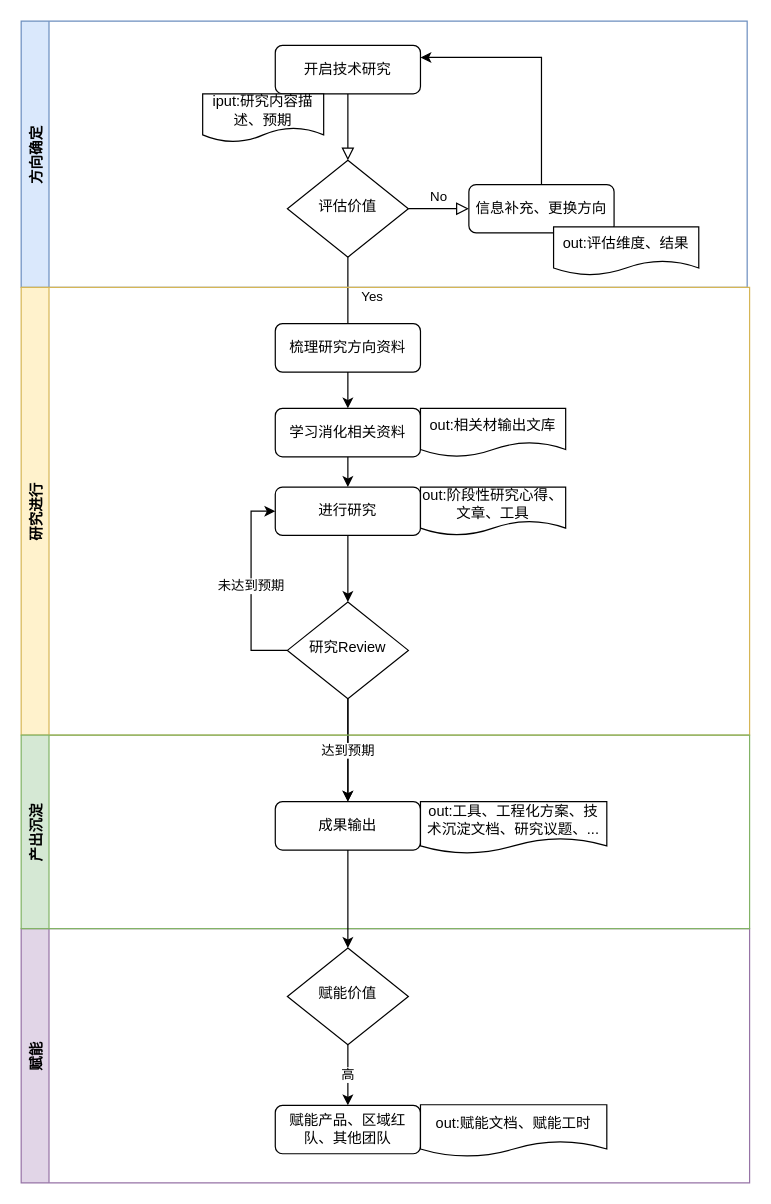
Before: 漏洞挖掘.drawio in fate93930/acefile, a draw.io diagram. Source tidied: cells renumbered, new cells numbered last; positions are measured from the earlier drawing's top-left corner, leaving out a move shared by most shapes. Both pictures are drawn from the tidied source at 121%, with x=0, y=0 at pixel (21, 21).
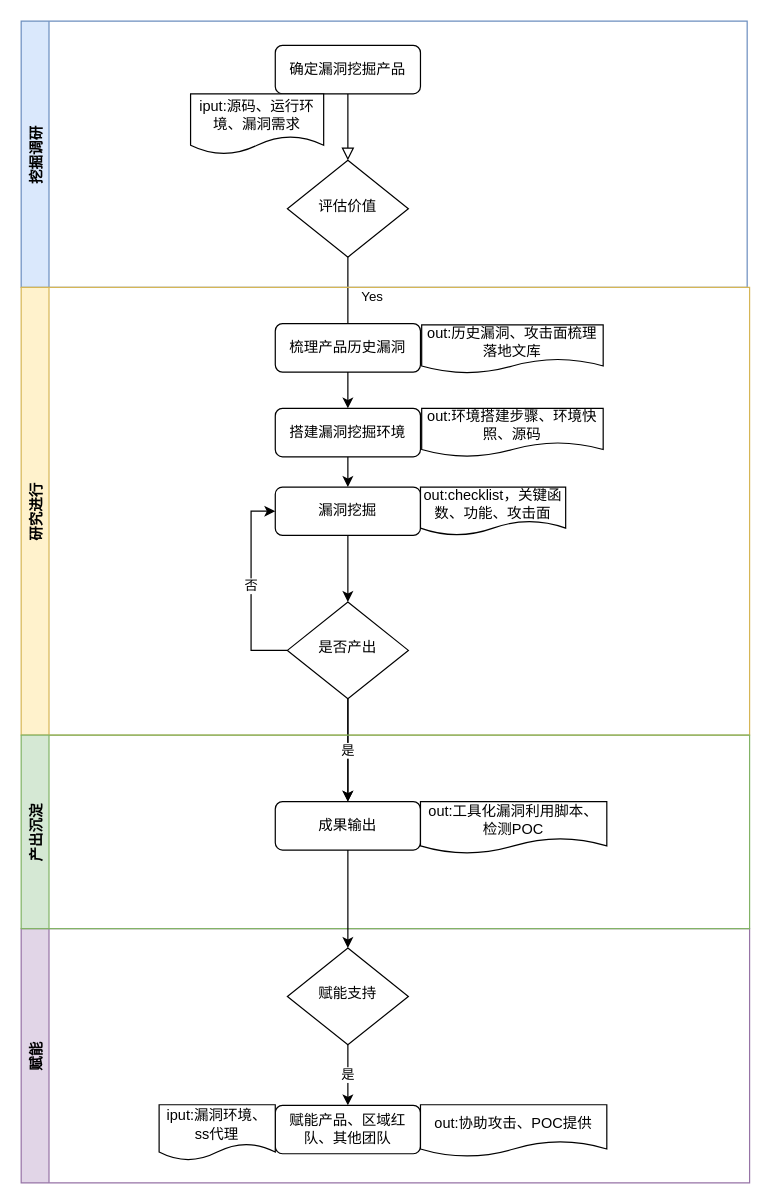
Above is the later version.

Commit message:
更新漏洞挖掘.drawio

The change refers to these unchanged cells:
```xml
<mxCell id="5" value="评估价值" style="rhombus;whiteSpace=wrap;html=1;shadow=0;fontFamily=Helvetica;fontSize=12;align=center;strokeWidth=1;spacing=6;spacingTop=-4;verticalAlign=middle;" parent="1" vertex="1">
  <mxGeometry x="220" y="115" width="100" height="80" as="geometry" />
</mxCell>
<mxCell id="12" value="研究进行" style="swimlane;horizontal=0;fillColor=#fff2cc;strokeColor=#d6b656;verticalAlign=middle;align=center;" parent="1" vertex="1">
  <mxGeometry y="220" width="602" height="370" as="geometry" />
</mxCell>
<mxCell id="23" value="赋能" style="swimlane;horizontal=0;align=center;verticalAlign=middle;fillColor=#e1d5e7;strokeColor=#9673a6;" parent="1" vertex="1">
  <mxGeometry y="750" width="602" height="210" as="geometry" />
</mxCell>
<mxCell id="26" value="赋能产品、区域红队、其他团队" style="rounded=1;whiteSpace=wrap;html=1;fontSize=12;glass=0;strokeWidth=1;shadow=0;verticalAlign=middle;align=center;" parent="23" vertex="1">
  <mxGeometry x="210" y="146" width="120" height="40" as="geometry" />
</mxCell>
<mxCell id="30" value="产出沉淀" style="swimlane;horizontal=0;align=center;verticalAlign=middle;fillColor=#d5e8d4;strokeColor=#82b366;" parent="1" vertex="1">
  <mxGeometry y="590" width="602" height="160" as="geometry" />
</mxCell>
<mxCell id="31" value="成果输出" style="rounded=1;whiteSpace=wrap;html=1;fontSize=12;glass=0;strokeWidth=1;shadow=0;verticalAlign=middle;align=center;" parent="30" vertex="1">
  <mxGeometry x="210" y="55" width="120" height="40" as="geometry" />
</mxCell>
```

What changed in the source:
```diff
@@
-    <mxCell id="4" value="No" style="edgeStyle=orthogonalEdgeStyle;rounded=0;html=1;jettySize=auto;fontSize=11;endArrow=block;endFill=0;endSize=8;strokeWidth=1;shadow=0;labelBackgroundColor=none;verticalAlign=middle;align=center;" parent="1" edge="1" source="5" target="7">
-      <mxGeometry y="10" relative="1" as="geometry" />
-    </mxCell>
@@
-    <mxCell id="6" style="edgeStyle=orthogonalEdgeStyle;rounded=0;jettySize=auto;html=1;entryX=1;entryY=0.25;entryDx=0;entryDy=0;verticalAlign=middle;align=center;" parent="1" edge="1" source="7" target="9">
-      <mxGeometry relative="1" as="geometry">
-        <Array as="points">
-          <mxPoint x="430" y="30" />
-        </Array>
-      </mxGeometry>
-    </mxCell>
-    <mxCell id="7" value="信息补充、更换方向" style="rounded=1;whiteSpace=wrap;html=1;fontSize=12;glass=0;strokeWidth=1;shadow=0;verticalAlign=middle;align=center;" parent="1" vertex="1">
-      <mxGeometry x="370" y="135" width="120" height="40" as="geometry" />
-    </mxCell>
-    <mxCell id="8" value="方向确定" style="swimlane;horizontal=0;fillColor=#dae8fc;strokeColor=#6c8ebf;verticalAlign=middle;align=center;" parent="1" vertex="1">
+    <mxCell id="8" value="挖掘调研" style="swimlane;horizontal=0;fillColor=#dae8fc;strokeColor=#6c8ebf;verticalAlign=middle;align=center;" parent="1" vertex="1">
       <mxGeometry width="600" height="220" as="geometry" />
     </mxCell>
-    <mxCell id="9" value="开启技术研究" style="rounded=1;whiteSpace=wrap;html=1;fontSize=12;glass=0;strokeWidth=1;shadow=0;verticalAlign=middle;align=center;" parent="8" vertex="1">
+    <mxCell id="9" value="确定漏洞挖掘产品" style="rounded=1;whiteSpace=wrap;html=1;fontSize=12;glass=0;strokeWidth=1;shadow=0;verticalAlign=middle;align=center;" parent="8" vertex="1">
       <mxGeometry x="210" y="20" width="120" height="40" as="geometry" />
     </mxCell>
-    <mxCell id="10" value="iput:研究内容描述、预期" style="shape=document;whiteSpace=wrap;html=1;boundedLbl=1;verticalAlign=middle;align=center;" parent="8" vertex="1">
-      <mxGeometry x="150" y="60" width="100" height="40" as="geometry" />
+    <mxCell id="10" value="iput:源码、运行环境、漏洞需求" style="shape=document;whiteSpace=wrap;html=1;boundedLbl=1;verticalAlign=middle;align=center;" parent="8" vertex="1">
+      <mxGeometry x="140" y="60" width="110" height="50" as="geometry" />
     </mxCell>
-    <mxCell id="11" value="out:评估维度、结果" style="shape=document;whiteSpace=wrap;html=1;boundedLbl=1;verticalAlign=middle;align=center;" parent="8" vertex="1">
-      <mxGeometry x="440" y="170" width="120" height="40" as="geometry" />
-    </mxCell>
@@
-    <mxCell id="14" value="梳理研究方向资料" style="rounded=1;whiteSpace=wrap;html=1;fontSize=12;glass=0;strokeWidth=1;shadow=0;verticalAlign=middle;align=center;" parent="12" vertex="1">
+    <mxCell id="14" value="梳理产品历史漏洞" style="rounded=1;whiteSpace=wrap;html=1;fontSize=12;glass=0;strokeWidth=1;shadow=0;verticalAlign=middle;align=center;" parent="12" vertex="1">
       <mxGeometry x="210" y="30" width="120" height="40" as="geometry" />
     </mxCell>
@@
-    <mxCell id="16" value="学习消化相关资料" style="rounded=1;whiteSpace=wrap;html=1;fontSize=12;glass=0;strokeWidth=1;shadow=0;verticalAlign=middle;align=center;" parent="12" vertex="1">
+    <mxCell id="16" value="搭建漏洞挖掘环境" style="rounded=1;whiteSpace=wrap;html=1;fontSize=12;glass=0;strokeWidth=1;shadow=0;verticalAlign=middle;align=center;" parent="12" vertex="1">
       <mxGeometry x="210" y="100" width="120" height="40" as="geometry" />
     </mxCell>
@@
-    <mxCell id="18" value="进行研究" style="rounded=1;whiteSpace=wrap;html=1;fontSize=12;glass=0;strokeWidth=1;shadow=0;verticalAlign=middle;align=center;" parent="12" vertex="1">
+    <mxCell id="18" value="漏洞挖掘" style="rounded=1;whiteSpace=wrap;html=1;fontSize=12;glass=0;strokeWidth=1;shadow=0;verticalAlign=middle;align=center;" parent="12" vertex="1">
       <mxGeometry x="210" y="165" width="120" height="40" as="geometry" />
     </mxCell>
-    <mxCell id="19" value="未达到预期" style="edgeStyle=orthogonalEdgeStyle;rounded=0;jettySize=auto;html=1;entryX=0;entryY=0.5;entryDx=0;entryDy=0;" parent="12" edge="1" source="20" target="18">
+    <mxCell id="19" value="否" style="edgeStyle=orthogonalEdgeStyle;rounded=0;jettySize=auto;html=1;entryX=0;entryY=0.5;entryDx=0;entryDy=0;" parent="12" edge="1" source="20" target="18">
       <mxGeometry relative="1" as="geometry">
         <Array as="points">
           <mxPoint x="190" y="300" />
           <mxPoint x="190" y="185" />
         </Array>
       </mxGeometry>
     </mxCell>
-    <mxCell id="20" value="研究Review" style="rhombus;whiteSpace=wrap;html=1;shadow=0;fontFamily=Helvetica;fontSize=12;align=center;strokeWidth=1;spacing=6;spacingTop=-4;verticalAlign=middle;" parent="12" vertex="1">
+    <mxCell id="20" value="是否产出" style="rhombus;whiteSpace=wrap;html=1;shadow=0;fontFamily=Helvetica;fontSize=12;align=center;strokeWidth=1;spacing=6;spacingTop=-4;verticalAlign=middle;" parent="12" vertex="1">
       <mxGeometry x="220" y="260" width="100" height="80" as="geometry" />
     </mxCell>
-    <mxCell id="21" value="out:相关材输出文库" style="shape=document;whiteSpace=wrap;html=1;boundedLbl=1;verticalAlign=middle;align=center;" parent="12" vertex="1">
-      <mxGeometry x="330" y="100" width="120" height="40" as="geometry" />
+    <mxCell id="21" value="out:历史漏洞、攻击面梳理落地文库&lt;br&gt;" style="shape=document;whiteSpace=wrap;html=1;boundedLbl=1;verticalAlign=middle;align=center;" parent="12" vertex="1">
+      <mxGeometry x="331" y="31" width="150" height="40" as="geometry" />
     </mxCell>
-    <mxCell id="22" value="out:阶段性研究心得、文章、工具" style="shape=document;whiteSpace=wrap;html=1;boundedLbl=1;verticalAlign=middle;align=center;" parent="12" vertex="1">
+    <mxCell id="22" value="out:checklist，关键函数、功能、攻击面" style="shape=document;whiteSpace=wrap;html=1;boundedLbl=1;verticalAlign=middle;align=center;" parent="12" vertex="1">
       <mxGeometry x="330" y="165" width="120" height="40" as="geometry" />
     </mxCell>
+    <mxCell id="34" value="out:环境搭建步骤、环境快照、源码" style="shape=document;whiteSpace=wrap;html=1;boundedLbl=1;verticalAlign=middle;align=center;" parent="12" vertex="1">
+      <mxGeometry x="331" y="100" width="150" height="40" as="geometry" />
+    </mxCell>
@@
-    <mxCell id="24" value="高" style="edgeStyle=orthogonalEdgeStyle;rounded=0;jettySize=auto;html=1;" parent="23" edge="1" source="25" target="26">
+    <mxCell id="24" value="是" style="edgeStyle=orthogonalEdgeStyle;rounded=0;jettySize=auto;html=1;" parent="23" edge="1" source="25" target="26">
       <mxGeometry relative="1" as="geometry" />
     </mxCell>
-    <mxCell id="25" value="赋能价值" style="rhombus;whiteSpace=wrap;html=1;shadow=0;fontFamily=Helvetica;fontSize=12;align=center;strokeWidth=1;spacing=6;spacingTop=-4;verticalAlign=middle;" parent="23" vertex="1">
+    <mxCell id="25" value="赋能支持" style="rhombus;whiteSpace=wrap;html=1;shadow=0;fontFamily=Helvetica;fontSize=12;align=center;strokeWidth=1;spacing=6;spacingTop=-4;verticalAlign=middle;" parent="23" vertex="1">
       <mxGeometry x="220" y="16" width="100" height="80" as="geometry" />
     </mxCell>
@@
-    <mxCell id="27" value="out:赋能文档、赋能工时" style="shape=document;whiteSpace=wrap;html=1;boundedLbl=1;" parent="23" vertex="1">
+    <mxCell id="27" value="out:协助攻击、POC提供" style="shape=document;whiteSpace=wrap;html=1;boundedLbl=1;" parent="23" vertex="1">
       <mxGeometry x="330" y="145.5" width="154" height="43" as="geometry" />
     </mxCell>
+    <mxCell id="35" value="iput:漏洞环境、ss代理" style="shape=document;whiteSpace=wrap;html=1;boundedLbl=1;" parent="23" vertex="1">
+      <mxGeometry x="114" y="145.5" width="96" height="46" as="geometry" />
+    </mxCell>
@@
-    <mxCell id="29" value="达到预期" style="edgeStyle=orthogonalEdgeStyle;rounded=0;jettySize=auto;html=1;" parent="1" edge="1" source="20" target="31">
+    <mxCell id="29" value="是" style="edgeStyle=orthogonalEdgeStyle;rounded=0;jettySize=auto;html=1;" parent="1" edge="1" source="20" target="31">
       <mxGeometry relative="1" as="geometry" />
     </mxCell>
@@
-    <mxCell id="32" value="out:工具、工程化方案、技术沉淀文档、研究议题、..." style="shape=document;whiteSpace=wrap;html=1;boundedLbl=1;" parent="30" vertex="1">
+    <mxCell id="32" value="out:工具化漏洞利用脚本、检测POC" style="shape=document;whiteSpace=wrap;html=1;boundedLbl=1;" parent="30" vertex="1">
       <mxGeometry x="330" y="55" width="154" height="43" as="geometry" />
     </mxCell>
```
